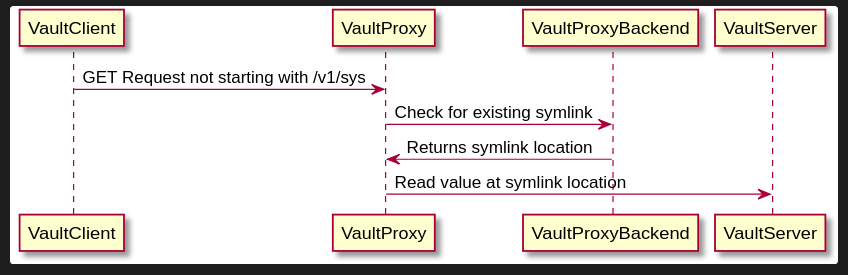
Earlier version of the PlantUML export docs/UML/read.png (Typositoire/go-vln). Its source is kept beside it as docs/UML/Read.puml. The source it was exported from:
```plantuml
@startuml
VaultClient -> VaultProxy: GET Request not starting with /v1/sys
VaultProxy -> VaultProxyBackend: Check for existing symlink
VaultProxyBackend -> VaultProxy: Returns symlink location
VaultProxy -> VaultServer: Read value at symlink location
@enduml
```
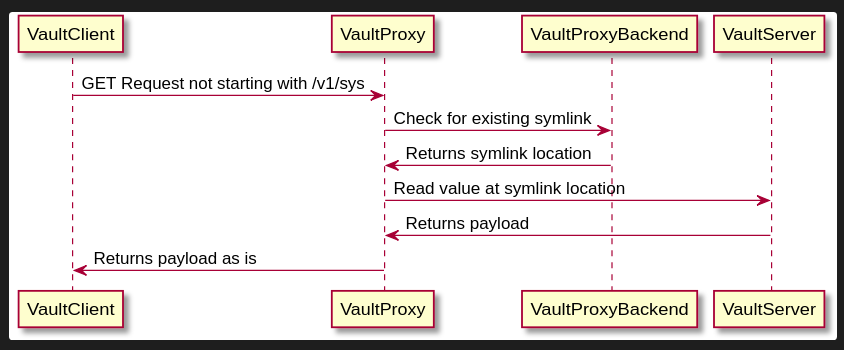
After the change.

Diff of the diagram source:
```diff
@@ -3,4 +3,6 @@
 VaultProxy -> VaultProxyBackend: Check for existing symlink
 VaultProxyBackend -> VaultProxy: Returns symlink location
 VaultProxy -> VaultServer: Read value at symlink location
+VaultServer -> VaultProxy: Returns payload
+VaultProxy -> VaultClient: Returns payload as is
 @enduml
```
